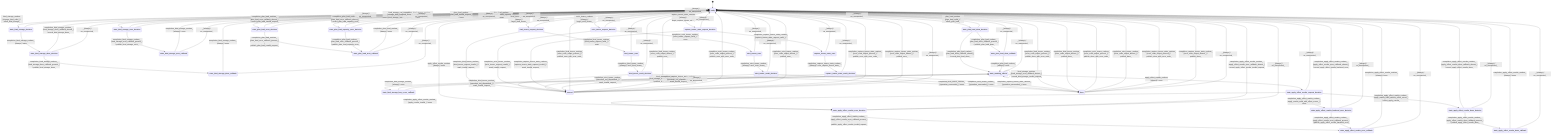
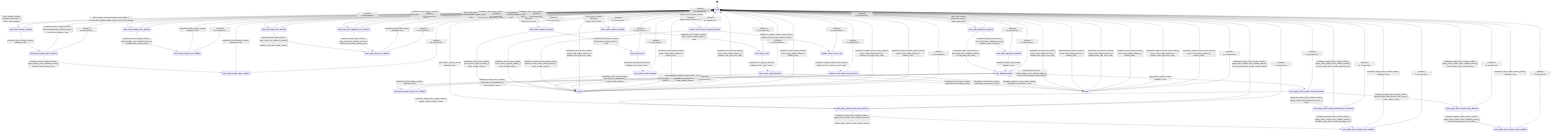
stateDiagram-v2
  direction TB
  [*] --> ready
  ready --> state_bind_storage_decision : bind_storage_runtime [storage_bind_valid_] / effect_bind_storage_
-   ready --> state_bind_storage_error_decision : bind_storage_runtime [storage_bind_invalid_] / record_bind_storage_invalid_request_
+   ready --> state_bind_storage_error_decision : bind_storage_runtime [storage_bind_invalid_] / record_bind_storage_invalid_request_and_clear_binding_
  state_bind_storage_decision --> state_bind_storage_done_decision : completion_bind_storage_runtime_ [always] / none
  state_bind_storage_done_decision --> state_bind_storage_done_callback : completion_bind_storage_runtime_ [bind_storage_done_callback_present_] / publish_bind_storage_done_
  state_bind_storage_done_decision --> ready : completion_bind_storage_runtime_ [bind_storage_done_callback_absent_] / record_bind_storage_done_
  state_bind_storage_done_callback --> ready : completion_bind_storage_runtime_ [always] / none
  state_bind_storage_error_decision --> state_bind_storage_error_callback : completion_bind_storage_runtime_ [bind_storage_error_callback_present_] / publish_bind_storage_error_
  state_bind_storage_error_decision --> ready : completion_bind_storage_runtime_ [bind_storage_error_callback_absent_] / none
  state_bind_storage_error_callback --> ready : completion_bind_storage_runtime_ [always] / none
  state_awaiting_effects --> state_bind_storage_busy_error_callback : bind_storage_runtime [bind_storage_error_callback_present_] / publish_bind_storage_error_
  state_awaiting_effects --> state_awaiting_effects : bind_storage_runtime [bind_storage_error_callback_absent_] / record_bind_storage_invalid_request_
  state_bind_storage_busy_error_callback --> state_awaiting_effects : completion_bind_storage_runtime_ [always] / none
  ready --> state_plan_load_done_decision : plan_load_runtime [plan_load_valid_] / effect_plan_load_
  ready --> state_plan_load_error_decision : plan_load_runtime [plan_load_invalid_request_] / none
  ready --> state_plan_load_capacity_error_decision : plan_load_runtime [plan_load_invalid_capacity_] / none
  state_plan_load_done_decision --> state_plan_load_done_callback : completion_plan_load_runtime_ [plan_load_done_callback_present_] / publish_plan_load_done_
  state_plan_load_done_decision --> state_awaiting_effects : completion_plan_load_runtime_ [plan_load_done_callback_absent_] / record_plan_load_done_
  state_plan_load_done_callback --> state_awaiting_effects : completion_plan_load_runtime_ [always] / none
  state_plan_load_error_decision --> state_plan_load_error_callback : completion_plan_load_runtime_ [plan_load_error_callback_present_] / publish_plan_load_invalid_request_
  state_plan_load_error_decision --> ready : completion_plan_load_runtime_ [plan_load_error_callback_absent_] / record_plan_load_invalid_request_
  state_plan_load_capacity_error_decision --> state_plan_load_error_callback : completion_plan_load_runtime_ [plan_load_error_callback_present_] / publish_plan_load_capacity_error_
  state_plan_load_capacity_error_decision --> ready : completion_plan_load_runtime_ [plan_load_error_callback_absent_] / record_plan_load_capacity_error_
  state_plan_load_error_callback --> ready : completion_plan_load_runtime_ [always] / none
  state_awaiting_effects --> state_apply_effect_results_request_decision : apply_effect_results_runtime [always] / none
  state_apply_effect_results_request_decision --> state_apply_effect_results_error_decision : completion_apply_effect_results_runtime_ [apply_results_invalid_] / none
  state_apply_effect_results_request_decision --> state_apply_effect_results_backend_error_decision : completion_apply_effect_results_runtime_ [apply_results_valid_with_effect_errors_] / none
  state_apply_effect_results_request_decision --> state_apply_effect_results_done_decision : completion_apply_effect_results_runtime_ [apply_results_valid_without_effect_errors_] / effect_apply_results_
  ready --> state_apply_effect_results_error_decision : apply_effect_results_runtime [always] / none
  state_apply_effect_results_done_decision --> state_apply_effect_results_done_callback : completion_apply_effect_results_runtime_ [apply_effect_results_done_callback_present_] / publish_apply_effect_results_done_
  state_apply_effect_results_done_decision --> ready : completion_apply_effect_results_runtime_ [apply_effect_results_done_callback_absent_] / record_apply_effect_results_done_
  state_apply_effect_results_done_callback --> ready : completion_apply_effect_results_runtime_ [always] / none
  state_apply_effect_results_error_decision --> state_apply_effect_results_error_callback : completion_apply_effect_results_runtime_ [apply_effect_results_error_callback_present_] / publish_apply_effect_results_invalid_request_
  state_apply_effect_results_error_decision --> ready : completion_apply_effect_results_runtime_ [apply_effect_results_error_callback_absent_] / record_apply_effect_results_invalid_request_
  state_apply_effect_results_backend_error_decision --> state_apply_effect_results_error_callback : completion_apply_effect_results_runtime_ [apply_effect_results_error_callback_present_] / publish_apply_effect_results_backend_error_
  state_apply_effect_results_backend_error_decision --> ready : completion_apply_effect_results_runtime_ [apply_effect_results_error_callback_absent_] / record_apply_effect_results_backend_error_
  state_apply_effect_results_error_callback --> ready : completion_apply_effect_results_runtime_ [always] / none
  ready --> bind_tensor_request_decision : bind_tensor_runtime [always] / begin_bind_tensor_
  bind_tensor_request_decision --> bind_tensor_exec : completion_bind_tensor_runtime_ [bind_tensor_request_valid_] / none
  bind_tensor_request_decision --> errored : completion_bind_tensor_runtime_ [bind_tensor_request_invalid_] / mark_invalid_request_
  bind_tensor_exec --> bind_tensor_result_decision : completion_bind_tensor_runtime_ [always] / exec_bind_tensor_
  bind_tensor_result_decision --> done : completion_bind_tensor_runtime_ [operation_succeeded_] / none
  bind_tensor_result_decision --> errored : completion_bind_tensor_runtime_ [operation_not_dispatched_] / mark_invalid_request_
  ready --> evict_tensor_request_decision : evict_tensor_runtime [always] / begin_evict_tensor_
  evict_tensor_request_decision --> evict_tensor_exec : completion_evict_tensor_runtime_ [evict_tensor_request_valid_] / none
  evict_tensor_request_decision --> errored : completion_evict_tensor_runtime_ [evict_tensor_request_invalid_] / mark_invalid_request_
  evict_tensor_exec --> evict_tensor_result_decision : completion_evict_tensor_runtime_ [always] / exec_evict_tensor_
  evict_tensor_result_decision --> done : completion_evict_tensor_runtime_ [operation_succeeded_] / none
  evict_tensor_result_decision --> errored : completion_evict_tensor_runtime_ [operation_not_dispatched_] / mark_invalid_request_
  ready --> capture_tensor_state_request_decision : capture_tensor_state_runtime [always] / begin_capture_tensor_state_
  capture_tensor_state_request_decision --> capture_tensor_state_exec : completion_capture_tensor_state_runtime_ [capture_tensor_state_request_valid_] / none
  capture_tensor_state_request_decision --> errored : completion_capture_tensor_state_runtime_ [capture_tensor_state_request_invalid_] / mark_invalid_request_
  capture_tensor_state_exec --> capture_tensor_state_result_decision : completion_capture_tensor_state_runtime_ [always] / exec_capture_tensor_state_
  capture_tensor_state_result_decision --> done : completion_capture_tensor_state_runtime_ [operation_succeeded_] / none
  capture_tensor_state_result_decision --> errored : completion_capture_tensor_state_runtime_ [operation_not_dispatched_] / mark_invalid_request_
  done --> ready : completion_bind_tensor_runtime_ [error_code_output_present_] / publish_done_with_error_code_
  done --> ready : completion_bind_tensor_runtime_ [error_code_output_absent_] / publish_done_
  errored --> ready : completion_bind_tensor_runtime_ [error_code_output_present_] / publish_error_with_error_code_
  errored --> ready : completion_bind_tensor_runtime_ [error_code_output_absent_] / publish_error_
  done --> ready : completion_evict_tensor_runtime_ [error_code_output_present_] / publish_done_with_error_code_
  done --> ready : completion_evict_tensor_runtime_ [error_code_output_absent_] / publish_done_
  errored --> ready : completion_evict_tensor_runtime_ [error_code_output_present_] / publish_error_with_error_code_
  errored --> ready : completion_evict_tensor_runtime_ [error_code_output_absent_] / publish_error_
  done --> ready : completion_capture_tensor_state_runtime_ [error_code_output_present_] / publish_done_with_error_code_
  done --> ready : completion_capture_tensor_state_runtime_ [error_code_output_absent_] / publish_done_
  errored --> ready : completion_capture_tensor_state_runtime_ [error_code_output_present_] / publish_error_with_error_code_
  errored --> ready : completion_capture_tensor_state_runtime_ [error_code_output_absent_] / publish_error_
  ready --> ready : _ [always] / on_unexpected_
  state_bind_storage_decision --> ready : _ [always] / on_unexpected_
  state_bind_storage_done_decision --> ready : _ [always] / on_unexpected_
  state_bind_storage_done_callback --> ready : _ [always] / on_unexpected_
  state_bind_storage_error_decision --> ready : _ [always] / on_unexpected_
  state_bind_storage_error_callback --> ready : _ [always] / on_unexpected_
  state_bind_storage_busy_error_callback --> state_awaiting_effects : _ [always] / on_unexpected_
  state_plan_load_done_decision --> ready : _ [always] / on_unexpected_
  state_plan_load_done_callback --> ready : _ [always] / on_unexpected_
  state_plan_load_error_decision --> ready : _ [always] / on_unexpected_
  state_plan_load_capacity_error_decision --> ready : _ [always] / on_unexpected_
  state_plan_load_error_callback --> ready : _ [always] / on_unexpected_
  state_awaiting_effects --> ready : _ [always] / on_unexpected_
  state_apply_effect_results_request_decision --> ready : _ [always] / on_unexpected_
  state_apply_effect_results_done_decision --> ready : _ [always] / on_unexpected_
  state_apply_effect_results_done_callback --> ready : _ [always] / on_unexpected_
  state_apply_effect_results_error_decision --> ready : _ [always] / on_unexpected_
  state_apply_effect_results_backend_error_decision --> ready : _ [always] / on_unexpected_
  state_apply_effect_results_error_callback --> ready : _ [always] / on_unexpected_
  bind_tensor_request_decision --> ready : _ [always] / on_unexpected_
  bind_tensor_exec --> ready : _ [always] / on_unexpected_
  bind_tensor_result_decision --> ready : _ [always] / on_unexpected_
  evict_tensor_request_decision --> ready : _ [always] / on_unexpected_
  evict_tensor_exec --> ready : _ [always] / on_unexpected_
  evict_tensor_result_decision --> ready : _ [always] / on_unexpected_
  capture_tensor_state_request_decision --> ready : _ [always] / on_unexpected_
  capture_tensor_state_exec --> ready : _ [always] / on_unexpected_
  capture_tensor_state_result_decision --> ready : _ [always] / on_unexpected_
  done --> ready : _ [always] / on_unexpected_
  errored --> ready : _ [always] / on_unexpected_
